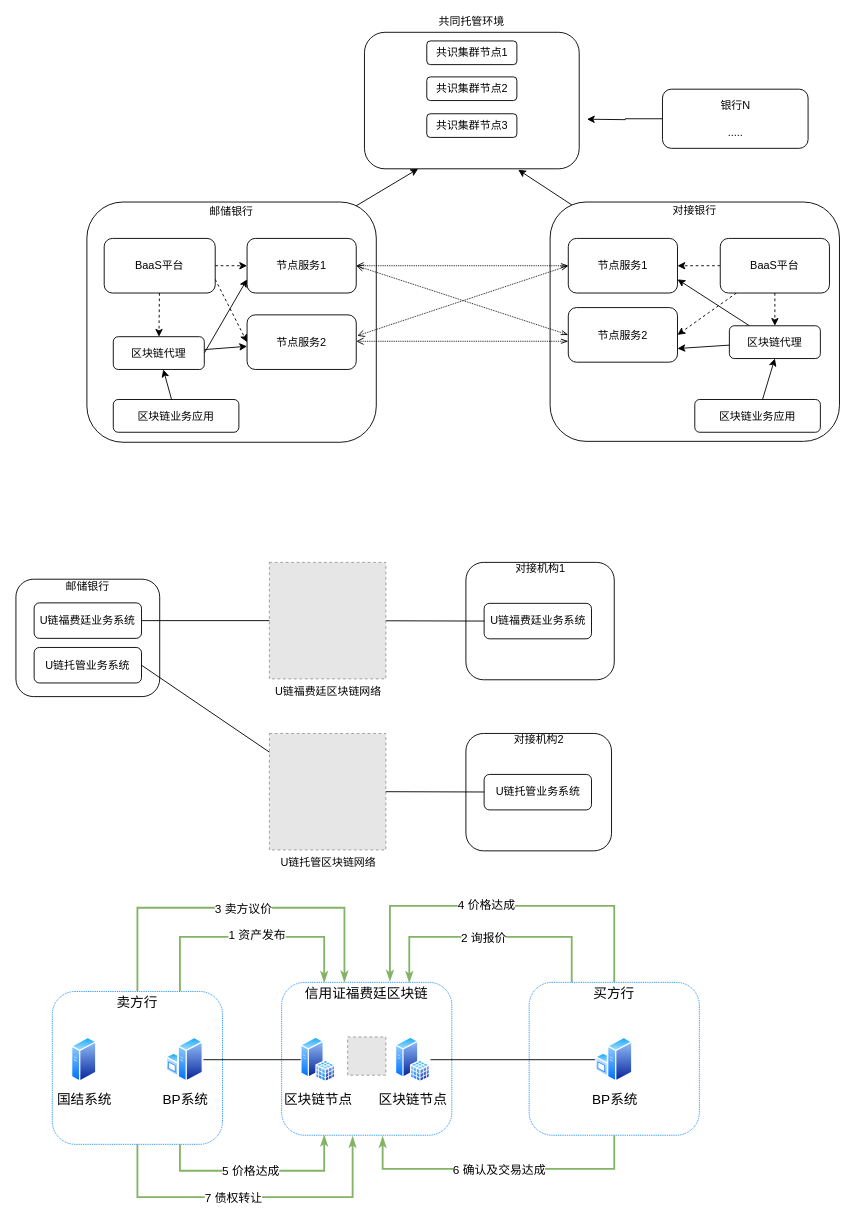
Above: repository/drawio/postb/系统关系图_2.drawio in dilide/collections (draw.io), before the change. Source tidied: cells renumbered, new cells numbered last; positions are measured from the earlier drawing's top-left corner, leaving out a move shared by most shapes. Both pictures are drawn from the tidied source at 91%, with x=0, y=0 at pixel (15, 32). Pictures stored in the file or linked from it are replaced by grey dashed boxes.
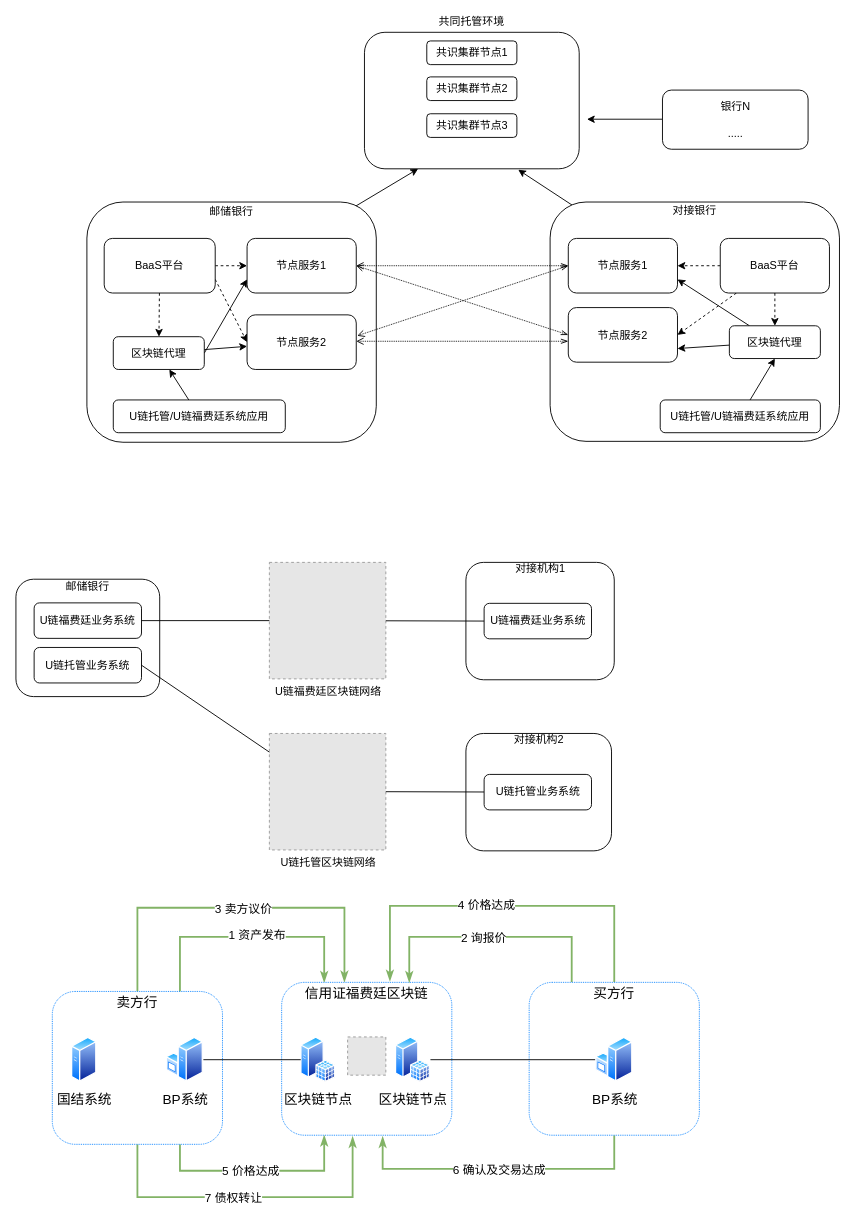
Above is the later version.

Commit message:
Update 系统关系图_2.drawio

What changed in the source:
```diff
@@
     <mxCell id="8" value="&lt;br&gt;&lt;br&gt;银行N&lt;br&gt;&lt;br&gt;.....&lt;br&gt;&lt;br&gt;&lt;br&gt;" style="rounded=1;whiteSpace=wrap;html=1;" parent="1" vertex="1">
-      <mxGeometry x="710.5" y="62.5" width="160" height="65" as="geometry" />
+      <mxGeometry x="710.5" y="63.5" width="160" height="65" as="geometry" />
     </mxCell>
@@
-    <mxCell id="32" value="区块链业务应用" style="rounded=1;whiteSpace=wrap;html=1;" parent="1" vertex="1">
-      <mxGeometry x="107" y="403.5" width="138" height="36" as="geometry" />
+    <mxCell id="32" value="U链托管/U链福费廷系统应用" style="rounded=1;whiteSpace=wrap;html=1;" parent="1" vertex="1">
+      <mxGeometry x="107" y="404" width="189" height="36" as="geometry" />
     </mxCell>
@@
-    <mxCell id="34" value="区块链业务应用" style="rounded=1;whiteSpace=wrap;html=1;" parent="1" vertex="1">
-      <mxGeometry x="746" y="403.5" width="138" height="36" as="geometry" />
+    <mxCell id="34" value="U链托管/U链福费廷系统应用" style="rounded=1;whiteSpace=wrap;html=1;" parent="1" vertex="1">
+      <mxGeometry x="708" y="404" width="176" height="36" as="geometry" />
     </mxCell>
```
